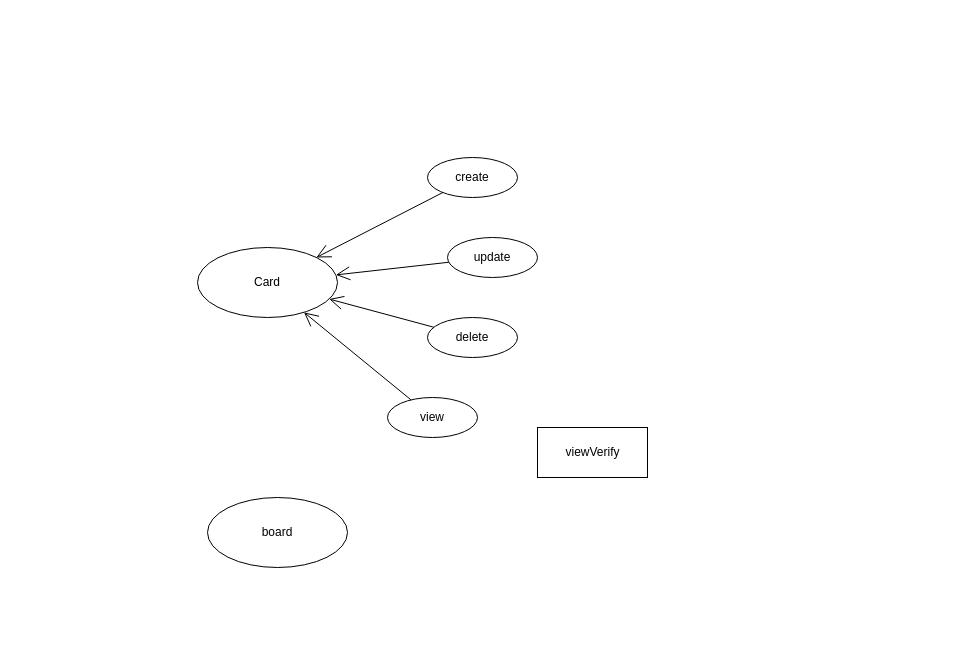
gearblade/bpmn-engine keeps this draw.io diagram as board.drawio. Above is the earlier version. Source tidied: cells renumbered, new cells numbered last; positions are measured from the earlier drawing's top-left corner, leaving out a move shared by most shapes. Both pictures are drawn from the tidied source at 100%, with x=0, y=0 at pixel (197, 157).
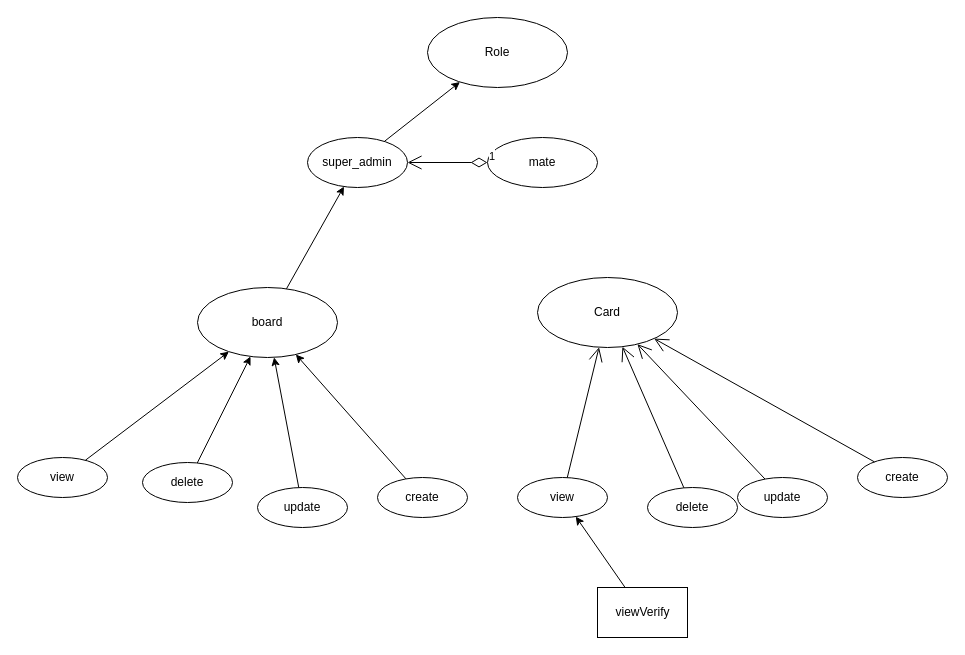
After the change.

Change to the diagram source:
```diff
@@
     <mxCell id="2" value="Card" style="ellipse;whiteSpace=wrap;html=1;" parent="1" vertex="1">
-      <mxGeometry y="90" width="140" height="70" as="geometry" />
+      <mxGeometry x="340" y="120" width="140" height="70" as="geometry" />
     </mxCell>
+    <mxCell id="13" style="edgeStyle=none;rounded=0;jettySize=auto;html=1;" parent="1" edge="1" source="3" target="25">
+      <mxGeometry relative="1" as="geometry" />
+    </mxCell>
     <mxCell id="3" value="board" style="ellipse;whiteSpace=wrap;html=1;" parent="1" vertex="1">
-      <mxGeometry x="10" y="340" width="140" height="70" as="geometry" />
+      <mxGeometry y="130" width="140" height="70" as="geometry" />
     </mxCell>
     <mxCell id="4" value="create" style="ellipse;whiteSpace=wrap;html=1;" parent="1" vertex="1">
-      <mxGeometry x="230" width="90" height="40" as="geometry" />
+      <mxGeometry x="660" y="300" width="90" height="40" as="geometry" />
     </mxCell>
     <mxCell id="5" value="update" style="ellipse;whiteSpace=wrap;html=1;" parent="1" vertex="1">
-      <mxGeometry x="250" y="80" width="90" height="40" as="geometry" />
+      <mxGeometry x="540" y="320" width="90" height="40" as="geometry" />
     </mxCell>
     <mxCell id="6" value="delete" style="ellipse;whiteSpace=wrap;html=1;" parent="1" vertex="1">
-      <mxGeometry x="230" y="160" width="90" height="40" as="geometry" />
+      <mxGeometry x="450" y="330" width="90" height="40" as="geometry" />
     </mxCell>
     <mxCell id="7" value="view" style="ellipse;whiteSpace=wrap;html=1;" parent="1" vertex="1">
-      <mxGeometry x="190" y="240" width="90" height="40" as="geometry" />
+      <mxGeometry x="320" y="320" width="90" height="40" as="geometry" />
     </mxCell>
@@
+    <mxCell id="14" style="rounded=0;jettySize=auto;html=1;" parent="1" edge="1" source="12" target="7">
+      <mxGeometry relative="1" as="geometry" />
+    </mxCell>
     <mxCell id="12" value="viewVerify" style="html=1;" parent="1" vertex="1">
-      <mxGeometry x="340" y="270" width="110" height="50" as="geometry" />
+      <mxGeometry x="400" y="430" width="90" height="50" as="geometry" />
     </mxCell>
+    <mxCell id="15" style="rounded=0;jettySize=auto;html=1;" parent="1" edge="1" source="16" target="3">
+      <mxGeometry relative="1" as="geometry" />
+    </mxCell>
+    <mxCell id="16" value="create" style="ellipse;whiteSpace=wrap;html=1;" parent="1" vertex="1">
+      <mxGeometry x="180" y="320" width="90" height="40" as="geometry" />
+    </mxCell>
+    <mxCell id="17" style="rounded=0;jettySize=auto;html=1;" parent="1" edge="1" source="18" target="3">
+      <mxGeometry relative="1" as="geometry" />
+    </mxCell>
+    <mxCell id="18" value="update" style="ellipse;whiteSpace=wrap;html=1;" parent="1" vertex="1">
+      <mxGeometry x="60" y="330" width="90" height="40" as="geometry" />
+    </mxCell>
+    <mxCell id="19" style="edgeStyle=none;rounded=0;jettySize=auto;html=1;" parent="1" edge="1" source="20" target="3">
+      <mxGeometry relative="1" as="geometry" />
+    </mxCell>
+    <mxCell id="20" value="delete" style="ellipse;whiteSpace=wrap;html=1;" parent="1" vertex="1">
+      <mxGeometry x="-55" y="305" width="90" height="40" as="geometry" />
+    </mxCell>
+    <mxCell id="21" style="edgeStyle=none;rounded=0;jettySize=auto;html=1;" parent="1" edge="1" source="22" target="3">
+      <mxGeometry relative="1" as="geometry" />
+    </mxCell>
+    <mxCell id="22" value="view" style="ellipse;whiteSpace=wrap;html=1;" parent="1" vertex="1">
+      <mxGeometry x="-180" y="300" width="90" height="40" as="geometry" />
+    </mxCell>
+    <mxCell id="23" value="Role" style="ellipse;whiteSpace=wrap;html=1;" parent="1" vertex="1">
+      <mxGeometry x="230" y="-140" width="140" height="70" as="geometry" />
+    </mxCell>
+    <mxCell id="24" style="edgeStyle=none;rounded=0;jettySize=auto;html=1;" parent="1" edge="1" source="25" target="23">
+      <mxGeometry relative="1" as="geometry" />
+    </mxCell>
+    <mxCell id="25" value="super_admin" style="ellipse;whiteSpace=wrap;html=1;" parent="1" vertex="1">
+      <mxGeometry x="110" y="-20" width="100" height="50" as="geometry" />
+    </mxCell>
+    <mxCell id="26" value="mate" style="ellipse;whiteSpace=wrap;html=1;" parent="1" vertex="1">
+      <mxGeometry x="290" y="-20" width="110" height="50" as="geometry" />
+    </mxCell>
+    <mxCell id="27" value="1" style="endArrow=open;html=1;endSize=12;startArrow=diamondThin;startSize=14;startFill=0;edgeStyle=orthogonalEdgeStyle;align=left;verticalAlign=bottom;" parent="1" edge="1" source="26" target="25">
+      <mxGeometry x="-1" y="3" relative="1" as="geometry" />
+    </mxCell>
```
